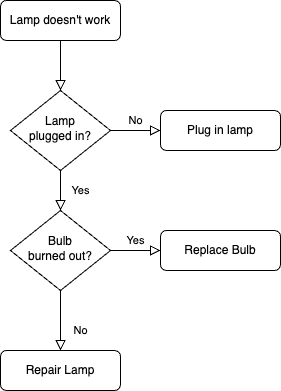
Before: 未命名绘图.drawio.png, a diagram exported from draw.io (Lo9an/drawing-board). Source tidied: cells renumbered, new cells last; positions are measured from the earlier drawing's top-left corner, leaving out a move shared by most shapes. The source it was exported from:
```xml
<mxGraphModel>
  <root>
    <mxCell id="0" />
    <mxCell id="1" parent="0" />
    <mxCell id="2" style="rounded=0;html=1;jettySize=auto;fontSize=11;endArrow=block;endFill=0;endSize=8;strokeWidth=1;shadow=0;labelBackgroundColor=none;edgeStyle=orthogonalEdgeStyle;" parent="1" edge="1" source="3" target="6">
      <mxGeometry relative="1" as="geometry" />
    </mxCell>
    <mxCell id="3" value="Lamp doesn't work" style="rounded=1;whiteSpace=wrap;html=1;fontSize=12;glass=0;strokeWidth=1;shadow=0;" parent="1" vertex="1">
      <mxGeometry width="120" height="40" as="geometry" />
    </mxCell>
    <mxCell id="4" value="Yes" style="rounded=0;html=1;jettySize=auto;fontSize=11;endArrow=block;endFill=0;endSize=8;strokeWidth=1;shadow=0;labelBackgroundColor=none;edgeStyle=orthogonalEdgeStyle;" parent="1" edge="1" source="6" target="10">
      <mxGeometry y="20" relative="1" as="geometry" />
    </mxCell>
    <mxCell id="5" value="No" style="edgeStyle=orthogonalEdgeStyle;rounded=0;html=1;jettySize=auto;fontSize=11;endArrow=block;endFill=0;endSize=8;strokeWidth=1;shadow=0;labelBackgroundColor=none;" parent="1" edge="1" source="6" target="7">
      <mxGeometry y="10" relative="1" as="geometry" />
    </mxCell>
    <mxCell id="6" value="Lamp&lt;br&gt;plugged in?" style="rhombus;whiteSpace=wrap;html=1;shadow=0;fontFamily=Helvetica;fontSize=12;align=center;strokeWidth=1;spacing=6;spacingTop=-4;" parent="1" vertex="1">
      <mxGeometry x="10" y="90" width="100" height="80" as="geometry" />
    </mxCell>
    <mxCell id="7" value="Plug in lamp" style="rounded=1;whiteSpace=wrap;html=1;fontSize=12;glass=0;strokeWidth=1;shadow=0;" parent="1" vertex="1">
      <mxGeometry x="160" y="110" width="120" height="40" as="geometry" />
    </mxCell>
    <mxCell id="8" value="No" style="rounded=0;html=1;jettySize=auto;fontSize=11;endArrow=block;endFill=0;endSize=8;strokeWidth=1;shadow=0;labelBackgroundColor=none;edgeStyle=orthogonalEdgeStyle;" parent="1" edge="1" source="10" target="11">
      <mxGeometry x="0.33" y="20" relative="1" as="geometry" />
    </mxCell>
    <mxCell id="9" value="Yes" style="edgeStyle=orthogonalEdgeStyle;rounded=0;html=1;jettySize=auto;fontSize=11;endArrow=block;endFill=0;endSize=8;strokeWidth=1;shadow=0;labelBackgroundColor=none;" parent="1" edge="1" source="10" target="12">
      <mxGeometry y="10" relative="1" as="geometry" />
    </mxCell>
    <mxCell id="10" value="Bulb&lt;br&gt;burned out?" style="rhombus;whiteSpace=wrap;html=1;shadow=0;fontFamily=Helvetica;fontSize=12;align=center;strokeWidth=1;spacing=6;spacingTop=-4;" parent="1" vertex="1">
      <mxGeometry x="10" y="210" width="100" height="80" as="geometry" />
    </mxCell>
    <mxCell id="11" value="Repair Lamp" style="rounded=1;whiteSpace=wrap;html=1;fontSize=12;glass=0;strokeWidth=1;shadow=0;" parent="1" vertex="1">
      <mxGeometry y="350" width="120" height="40" as="geometry" />
    </mxCell>
    <mxCell id="12" value="Replace Bulb" style="rounded=1;whiteSpace=wrap;html=1;fontSize=12;glass=0;strokeWidth=1;shadow=0;" parent="1" vertex="1">
      <mxGeometry x="160" y="230" width="120" height="40" as="geometry" />
    </mxCell>
  </root>
</mxGraphModel>
```
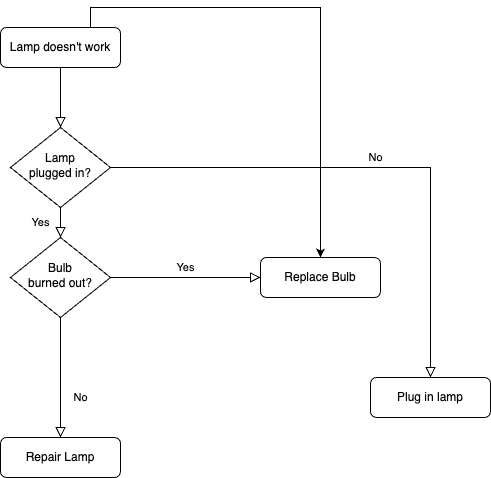
After the change.

Commit message:
更新未命名绘图.drawio.png

Diff of the diagram source:
```diff
@@ -5,8 +5,14 @@
     <mxCell id="2" style="rounded=0;html=1;jettySize=auto;fontSize=11;endArrow=block;endFill=0;endSize=8;strokeWidth=1;shadow=0;labelBackgroundColor=none;edgeStyle=orthogonalEdgeStyle;" parent="1" edge="1" source="3" target="6">
       <mxGeometry relative="1" as="geometry" />
     </mxCell>
+    <mxCell id="13" style="edgeStyle=orthogonalEdgeStyle;rounded=0;jettySize=auto;html=1;exitX=0.75;exitY=0;exitDx=0;exitDy=0;entryX=0.25;entryY=0;entryDx=0;entryDy=0;strokeColor=none;" parent="1" edge="1" source="3" target="12">
+      <mxGeometry relative="1" as="geometry" />
+    </mxCell>
+    <mxCell id="14" style="edgeStyle=orthogonalEdgeStyle;rounded=0;jettySize=auto;html=1;exitX=0.75;exitY=0;exitDx=0;exitDy=0;entryX=0.5;entryY=0;entryDx=0;entryDy=0;" parent="1" edge="1" source="3" target="12">
+      <mxGeometry relative="1" as="geometry" />
+    </mxCell>
     <mxCell id="3" value="Lamp doesn't work" style="rounded=1;whiteSpace=wrap;html=1;fontSize=12;glass=0;strokeWidth=1;shadow=0;" parent="1" vertex="1">
-      <mxGeometry width="120" height="40" as="geometry" />
+      <mxGeometry x="-100" width="120" height="40" as="geometry" />
     </mxCell>
     <mxCell id="4" value="Yes" style="rounded=0;html=1;jettySize=auto;fontSize=11;endArrow=block;endFill=0;endSize=8;strokeWidth=1;shadow=0;labelBackgroundColor=none;edgeStyle=orthogonalEdgeStyle;" parent="1" edge="1" source="6" target="10">
       <mxGeometry y="20" relative="1" as="geometry" />
@@ -15,10 +21,10 @@
       <mxGeometry y="10" relative="1" as="geometry" />
     </mxCell>
     <mxCell id="6" value="Lamp&lt;br&gt;plugged in?" style="rhombus;whiteSpace=wrap;html=1;shadow=0;fontFamily=Helvetica;fontSize=12;align=center;strokeWidth=1;spacing=6;spacingTop=-4;" parent="1" vertex="1">
-      <mxGeometry x="10" y="90" width="100" height="80" as="geometry" />
+      <mxGeometry x="-90" y="100" width="100" height="80" as="geometry" />
     </mxCell>
     <mxCell id="7" value="Plug in lamp" style="rounded=1;whiteSpace=wrap;html=1;fontSize=12;glass=0;strokeWidth=1;shadow=0;" parent="1" vertex="1">
-      <mxGeometry x="160" y="110" width="120" height="40" as="geometry" />
+      <mxGeometry x="270" y="350" width="120" height="40" as="geometry" />
     </mxCell>
     <mxCell id="8" value="No" style="rounded=0;html=1;jettySize=auto;fontSize=11;endArrow=block;endFill=0;endSize=8;strokeWidth=1;shadow=0;labelBackgroundColor=none;edgeStyle=orthogonalEdgeStyle;" parent="1" edge="1" source="10" target="11">
       <mxGeometry x="0.33" y="20" relative="1" as="geometry" />
@@ -27,10 +33,10 @@
       <mxGeometry y="10" relative="1" as="geometry" />
     </mxCell>
     <mxCell id="10" value="Bulb&lt;br&gt;burned out?" style="rhombus;whiteSpace=wrap;html=1;shadow=0;fontFamily=Helvetica;fontSize=12;align=center;strokeWidth=1;spacing=6;spacingTop=-4;" parent="1" vertex="1">
-      <mxGeometry x="10" y="210" width="100" height="80" as="geometry" />
+      <mxGeometry x="-90" y="210" width="100" height="80" as="geometry" />
     </mxCell>
     <mxCell id="11" value="Repair Lamp" style="rounded=1;whiteSpace=wrap;html=1;fontSize=12;glass=0;strokeWidth=1;shadow=0;" parent="1" vertex="1">
-      <mxGeometry y="350" width="120" height="40" as="geometry" />
+      <mxGeometry x="-100" y="410" width="120" height="40" as="geometry" />
     </mxCell>
     <mxCell id="12" value="Replace Bulb" style="rounded=1;whiteSpace=wrap;html=1;fontSize=12;glass=0;strokeWidth=1;shadow=0;" parent="1" vertex="1">
       <mxGeometry x="160" y="230" width="120" height="40" as="geometry" />
```
